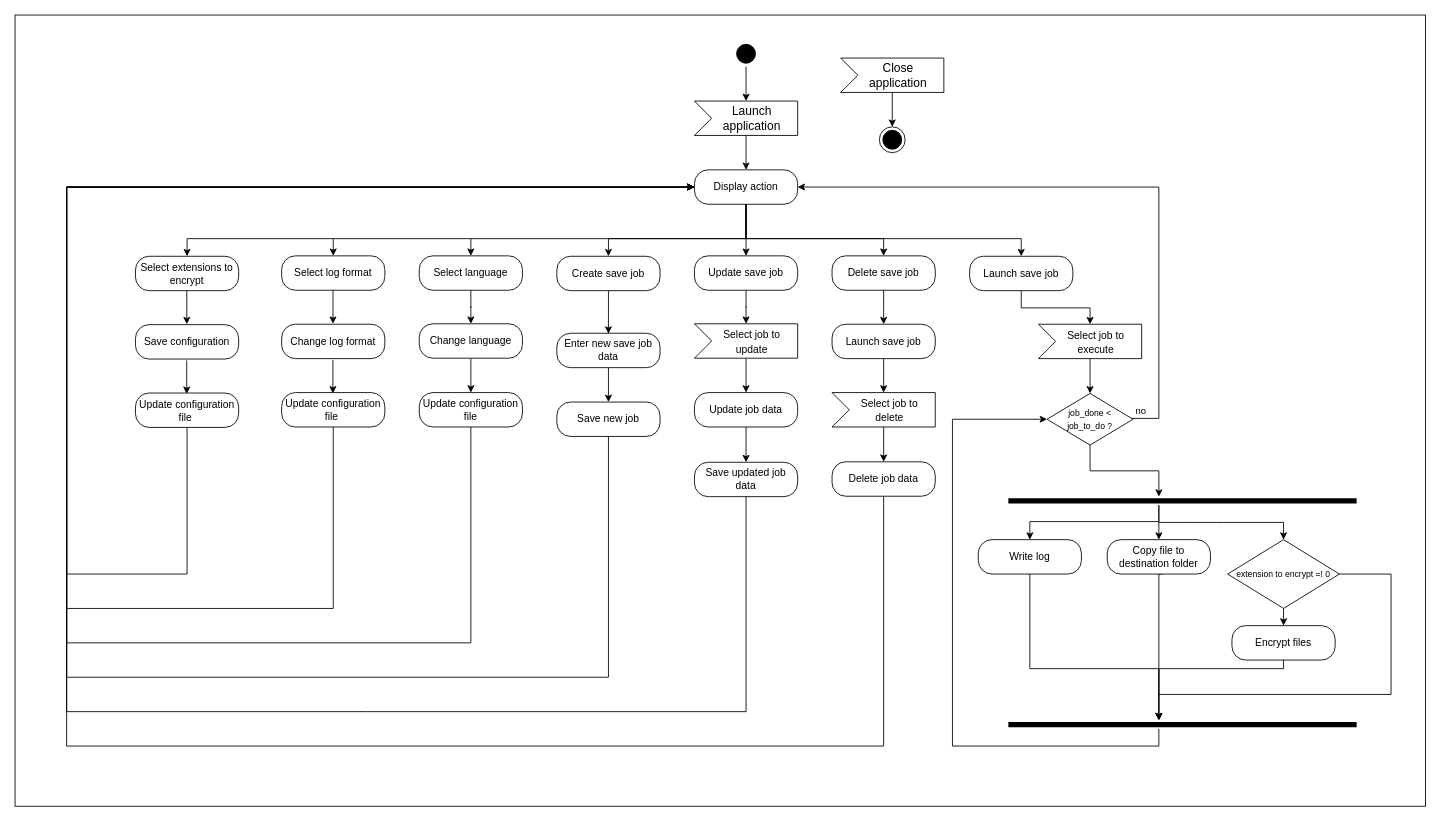
Earlier version of the draw.io diagram docs/livrable_2/v2.0/UML_Activity-v2.0.drawio (arrighi-fabien/Projet-Programmation-Systeme). Source tidied: cells renumbered, new cells numbered last; positions are measured from the earlier drawing's top-left corner, leaving out a move shared by most shapes. Both pictures are drawn from the tidied source at 86%, with x=0, y=0 at pixel (15, 15).
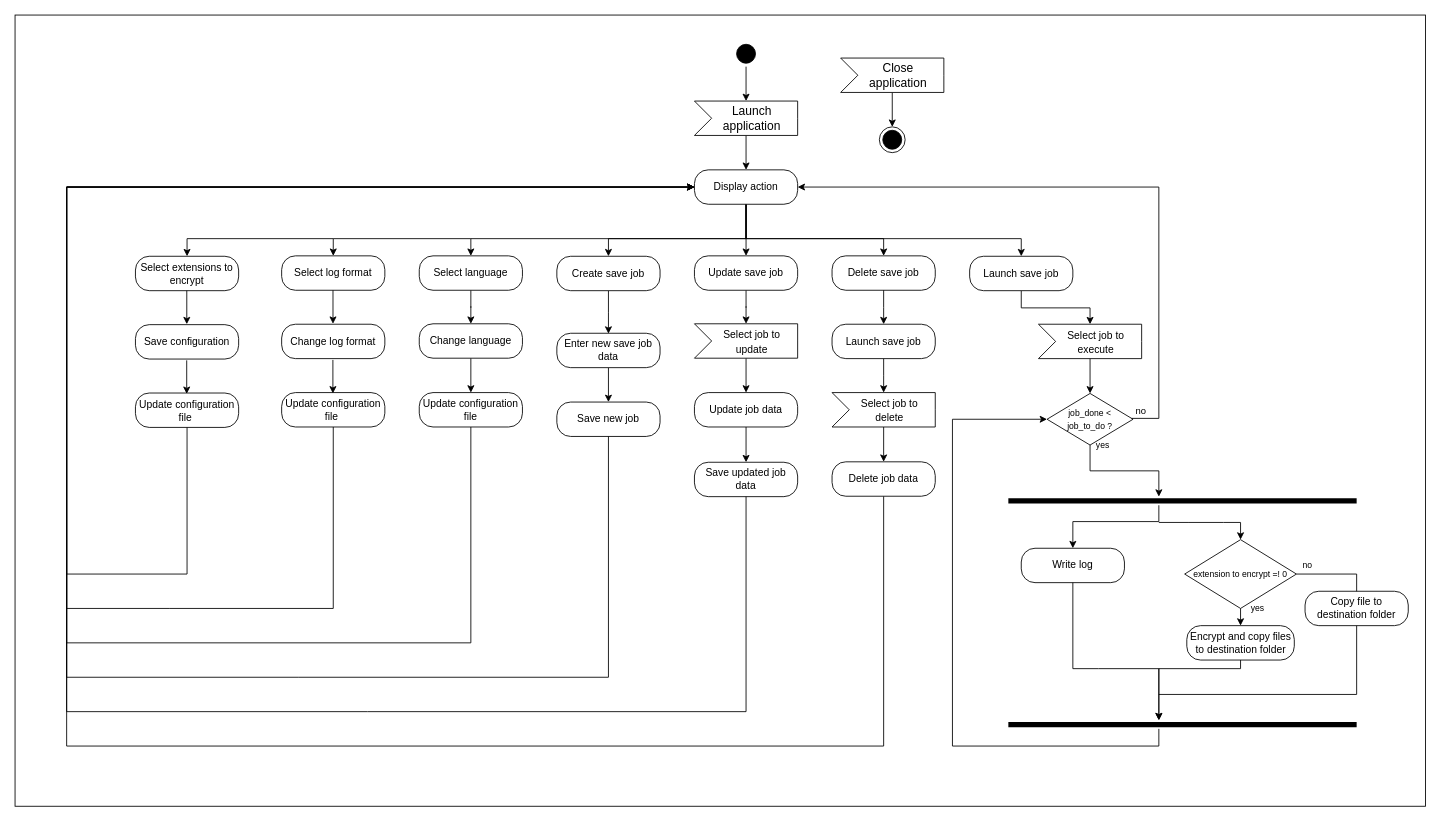
The same diagram, later.

Commit message (it also covers changes not shown here):
🎯 Update UML activity

Unchanged cells that the change refers to:
```xml
<mxCell id="49" style="shape=line;html=1;strokeWidth=6;strokeColor=#000000;" parent="1" vertex="1">
  <mxGeometry x="1155" y="560" width="405" height="10" as="geometry" />
</mxCell>
```

Change to the diagram source:
```diff
@@
-    <mxCell id="32" style="edgeStyle=orthogonalEdgeStyle;rounded=0;orthogonalLoop=1;jettySize=auto;html=1;" parent="1" edge="1">
-      <mxGeometry relative="1" as="geometry">
-        <mxPoint x="1334.2" y="650" as="sourcePoint" />
-        <mxPoint x="1330" y="820" as="targetPoint" />
-        <Array as="points">
-          <mxPoint x="1330" y="650" />
-          <mxPoint x="1330" y="810" />
-        </Array>
-      </mxGeometry>
-    </mxCell>
-    <mxCell id="33" value="Copy file to destination folder" style="rounded=1;whiteSpace=wrap;html=1;arcSize=40;fontColor=#000000;fillColor=#ffffff;strokeColor=#000000;" parent="1" vertex="1">
-      <mxGeometry x="1270" y="610" width="120" height="40" as="geometry" />
-    </mxCell>
     <mxCell id="34" value="Write log" style="rounded=1;whiteSpace=wrap;html=1;arcSize=40;fontColor=#000000;fillColor=#ffffff;strokeColor=#000000;" parent="1" vertex="1">
-      <mxGeometry x="1120" y="610" width="120" height="40" as="geometry" />
+      <mxGeometry x="1170" y="620" width="120" height="40" as="geometry" />
     </mxCell>
@@
     <mxCell id="47" style="edgeStyle=orthogonalEdgeStyle;rounded=0;jettySize=auto;html=1;entryX=0.5;entryY=0;entryDx=0;entryDy=0;" parent="1" edge="1" source="49" target="34">
       <mxGeometry relative="1" as="geometry">
         <Array as="points">
           <mxPoint x="1330" y="589" />
-          <mxPoint x="1180" y="589" />
+          <mxPoint x="1230" y="589" />
         </Array>
       </mxGeometry>
     </mxCell>
-    <mxCell id="48" style="edgeStyle=orthogonalEdgeStyle;rounded=0;jettySize=auto;html=1;" parent="1" edge="1" source="49" target="33">
-      <mxGeometry relative="1" as="geometry">
-        <Array as="points">
-          <mxPoint x="1330" y="590" />
-          <mxPoint x="1330" y="590" />
-        </Array>
-      </mxGeometry>
-    </mxCell>
@@
-    <mxCell id="74" value="Encrypt files" style="rounded=1;whiteSpace=wrap;html=1;arcSize=40;fontColor=#000000;fillColor=#ffffff;strokeColor=#000000;" parent="1" vertex="1">
-      <mxGeometry x="1415" y="710" width="120" height="40" as="geometry" />
+    <mxCell id="74" value="Encrypt and copy files to destination folder" style="rounded=1;whiteSpace=wrap;html=1;arcSize=40;fontColor=#000000;fillColor=#ffffff;strokeColor=#000000;" parent="1" vertex="1">
+      <mxGeometry x="1362.5" y="710" width="125" height="40" as="geometry" />
     </mxCell>
     <mxCell id="75" value="&lt;span style=&quot;font-size: 10px;&quot;&gt;extension to encrypt =! 0&lt;/span&gt;" style="rhombus;whiteSpace=wrap;html=1;fontColor=#000000;fillColor=#ffffff;strokeColor=#000000;" parent="1" vertex="1">
-      <mxGeometry x="1410" y="610" width="130" height="80" as="geometry" />
+      <mxGeometry x="1360" y="610" width="130" height="80" as="geometry" />
     </mxCell>
@@
     <mxCell id="79" style="endArrow=classic;html=1;rounded=0;entryX=0.5;entryY=0;entryDx=0;entryDy=0;" parent="1" edge="1" target="75">
       <mxGeometry relative="1" as="geometry">
         <mxPoint x="1330" y="590" as="sourcePoint" />
         <Array as="points">
           <mxPoint x="1365" y="590" />
           <mxPoint x="1405" y="590" />
-          <mxPoint x="1475" y="590" />
+          <mxPoint x="1425" y="590" />
         </Array>
       </mxGeometry>
     </mxCell>
     <mxCell id="80" style="endArrow=classic;html=1;rounded=0;exitX=0.5;exitY=1;exitDx=0;exitDy=0;" parent="1" edge="1" source="34">
       <mxGeometry relative="1" as="geometry">
         <mxPoint x="1330" y="820" as="targetPoint" />
         <Array as="points">
-          <mxPoint x="1180" y="760" />
+          <mxPoint x="1230" y="760" />
           <mxPoint x="1260" y="760" />
           <mxPoint x="1330" y="760" />
         </Array>
       </mxGeometry>
     </mxCell>
     <mxCell id="81" style="endArrow=classic;html=1;rounded=0;exitX=0.5;exitY=1;exitDx=0;exitDy=0;" parent="1" edge="1" source="74">
       <mxGeometry relative="1" as="geometry">
         <mxPoint x="1330" y="820" as="targetPoint" />
         <Array as="points">
-          <mxPoint x="1475" y="760" />
+          <mxPoint x="1425" y="760" />
           <mxPoint x="1330" y="760" />
         </Array>
       </mxGeometry>
     </mxCell>
     <mxCell id="82" style="endArrow=none;html=1;rounded=0;entryX=1;entryY=0.5;entryDx=0;entryDy=0;" parent="1" edge="1" target="75">
       <mxGeometry relative="1" as="geometry">
         <mxPoint x="1330" y="790" as="sourcePoint" />
         <Array as="points">
-          <mxPoint x="1600" y="790" />
-          <mxPoint x="1600" y="650" />
+          <mxPoint x="1560" y="790" />
+          <mxPoint x="1560" y="650" />
         </Array>
       </mxGeometry>
     </mxCell>
+    <mxCell id="33" value="Copy file to destination folder" style="rounded=1;whiteSpace=wrap;html=1;arcSize=40;fontColor=#000000;fillColor=#ffffff;strokeColor=#000000;" parent="1" vertex="1">
+      <mxGeometry x="1500" y="670" width="120" height="40" as="geometry" />
+    </mxCell>
+    <mxCell id="83" value="&lt;font style=&quot;font-size: 10px;&quot;&gt;yes&lt;/font&gt;" style="text;html=1;strokeColor=none;fillColor=none;align=center;verticalAlign=middle;whiteSpace=wrap;rounded=0;" parent="1" vertex="1">
+      <mxGeometry x="1250" y="490" width="30" height="20" as="geometry" />
+    </mxCell>
+    <mxCell id="84" value="&lt;font style=&quot;font-size: 10px;&quot;&gt;yes&lt;/font&gt;" style="text;html=1;strokeColor=none;fillColor=none;align=center;verticalAlign=middle;whiteSpace=wrap;rounded=0;" parent="1" vertex="1">
+      <mxGeometry x="1430" y="680" width="30" height="20" as="geometry" />
+    </mxCell>
+    <mxCell id="85" value="&lt;font style=&quot;font-size: 10px;&quot;&gt;no&lt;/font&gt;" style="text;html=1;strokeColor=none;fillColor=none;align=center;verticalAlign=middle;whiteSpace=wrap;rounded=0;" parent="1" vertex="1">
+      <mxGeometry x="1487.5" y="630" width="30" height="20" as="geometry" />
+    </mxCell>
```
